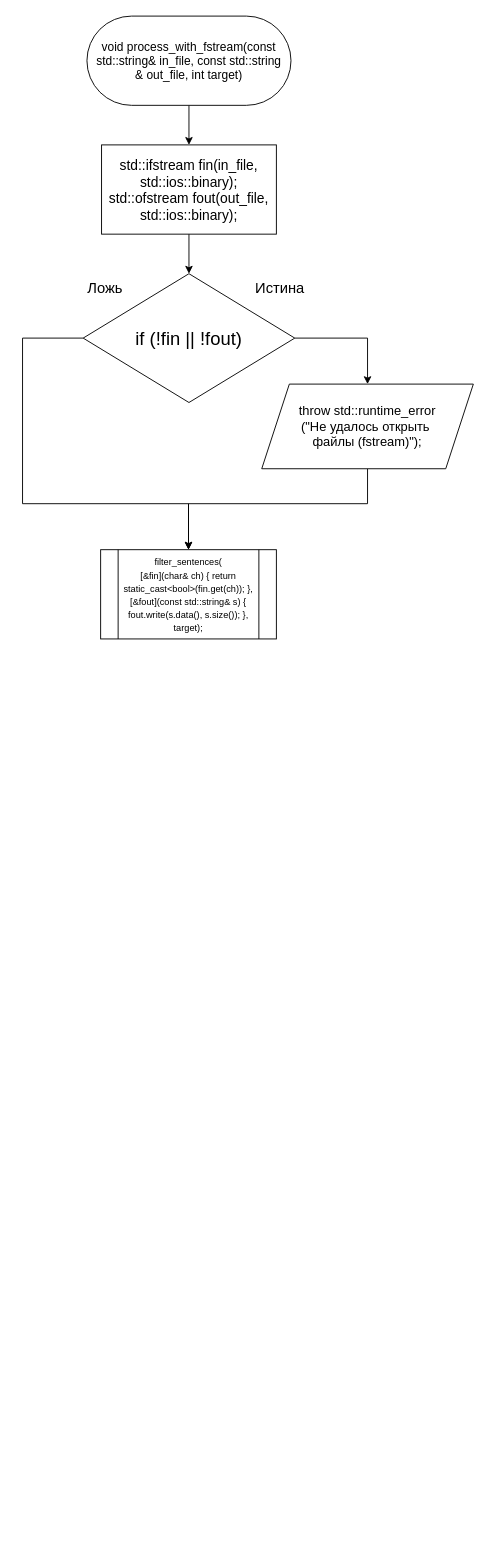
kravecila28-ops/Block-diagram_templates keeps this draw.io diagram as LAB8_process_with_fstream.drawio. Above is the earlier version. Source tidied: cells renumbered, new cells numbered last; positions are measured from the earlier drawing's top-left corner, leaving out a move shared by most shapes. Both pictures are drawn from the tidied source at 92%, with x=0, y=0 at pixel (22, 16).
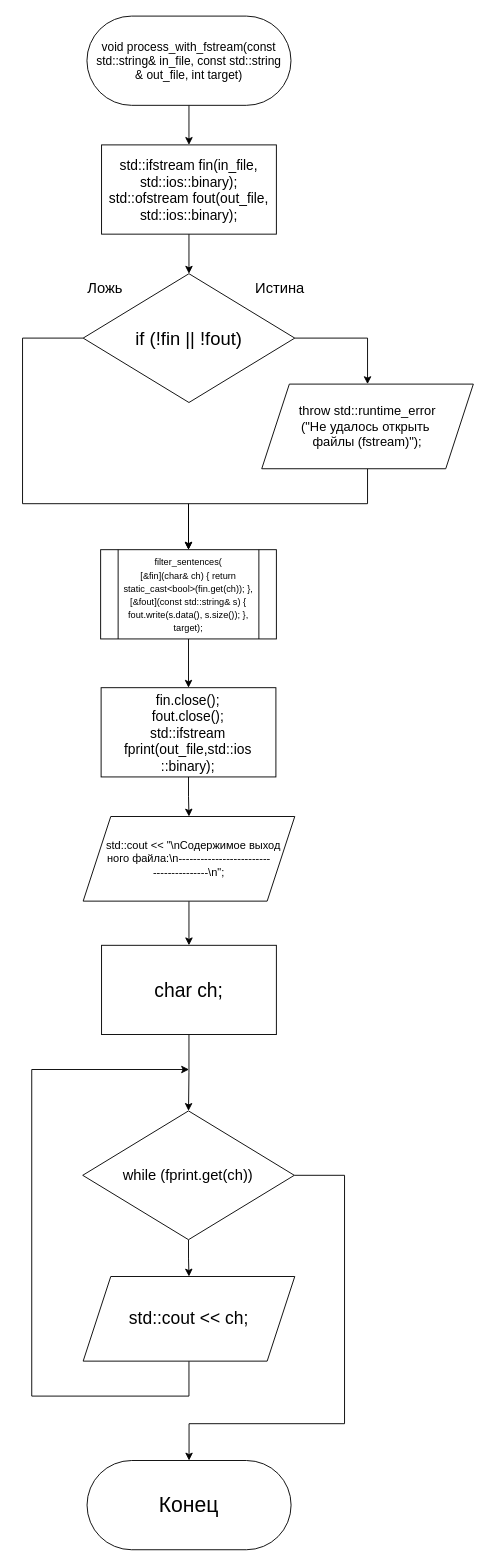
The same page after the edit.

The change refers to these unchanged cells:
```xml
<mxCell id="13" value="&lt;div&gt;&lt;font style=&quot;font-size: 10px;&quot;&gt;filter_sentences(&lt;/font&gt;&lt;/div&gt;&lt;div&gt;&lt;font style=&quot;font-size: 10px;&quot;&gt;[&amp;amp;fin](char&amp;amp; ch) { return static_cast&amp;lt;bool&amp;gt;(fin.get(ch)); },&lt;/font&gt;&lt;/div&gt;&lt;div&gt;&lt;font style=&quot;font-size: 10px;&quot;&gt;[&amp;amp;fout](const std::string&amp;amp; s) { fout.write(s.data(), s.size()); },&lt;/font&gt;&lt;/div&gt;&lt;div&gt;&lt;font style=&quot;font-size: 10px;&quot;&gt;target);&lt;/font&gt;&lt;/div&gt;" style="shape=process;whiteSpace=wrap;html=1;backgroundOutline=1;" parent="1" vertex="1">
  <mxGeometry x="84.9" y="580" width="191" height="97" as="geometry" />
</mxCell>
```

What changed in the source:
```diff
@@
+    <mxCell id="14" style="edgeStyle=orthogonalEdgeStyle;rounded=0;jettySize=auto;html=1;exitX=0.5;exitY=1;exitDx=0;exitDy=0;entryX=0.5;entryY=0;entryDx=0;entryDy=0;" parent="1" edge="1" source="13" target="16">
+      <mxGeometry relative="1" as="geometry" />
+    </mxCell>
@@
+    <mxCell id="15" style="edgeStyle=orthogonalEdgeStyle;rounded=0;jettySize=auto;html=1;exitX=0.5;exitY=1;exitDx=0;exitDy=0;entryX=0.5;entryY=0;entryDx=0;entryDy=0;" parent="1" edge="1" source="16" target="18">
+      <mxGeometry relative="1" as="geometry" />
+    </mxCell>
+    <mxCell id="16" value="&lt;div&gt;&lt;font style=&quot;font-size: 15px;&quot;&gt;fin.close();&lt;/font&gt;&lt;/div&gt;&lt;div&gt;&lt;font style=&quot;font-size: 15px;&quot;&gt;fout.close();&lt;/font&gt;&lt;/div&gt;&lt;div&gt;&lt;font style=&quot;font-size: 15px;&quot;&gt;std::ifstream fprint(out_file,std::ios&lt;/font&gt;&lt;/div&gt;&lt;div&gt;&lt;font style=&quot;font-size: 15px;&quot;&gt;::binary);&lt;/font&gt;&lt;/div&gt;" style="rounded=0;whiteSpace=wrap;html=1;labelBackgroundColor=none;" parent="1" vertex="1">
+      <mxGeometry x="85.4" y="730" width="190" height="97" as="geometry" />
+    </mxCell>
+    <mxCell id="17" style="edgeStyle=orthogonalEdgeStyle;rounded=0;jettySize=auto;html=1;exitX=0.5;exitY=1;exitDx=0;exitDy=0;entryX=0.5;entryY=0;entryDx=0;entryDy=0;" parent="1" edge="1" source="18" target="20">
+      <mxGeometry relative="1" as="geometry" />
+    </mxCell>
+    <mxCell id="18" value="&amp;nbsp; &amp;nbsp;std::cout &amp;lt;&amp;lt; &quot;\nСодержимое выход&lt;div&gt;ного файла:\n-------------------------&lt;/div&gt;&lt;div&gt;---------------\n&quot;;&lt;/div&gt;" style="shape=parallelogram;perimeter=parallelogramPerimeter;whiteSpace=wrap;html=1;fixedSize=1;labelBackgroundColor=none;size=30;" parent="1" vertex="1">
+      <mxGeometry x="65.9" y="870" width="230" height="92" as="geometry" />
+    </mxCell>
+    <mxCell id="19" style="edgeStyle=orthogonalEdgeStyle;rounded=0;jettySize=auto;html=1;exitX=0.5;exitY=1;exitDx=0;exitDy=0;entryX=0.5;entryY=0;entryDx=0;entryDy=0;" parent="1" edge="1" source="20" target="23">
+      <mxGeometry relative="1" as="geometry" />
+    </mxCell>
+    <mxCell id="20" value="&lt;font style=&quot;font-size: 21px;&quot;&gt;char ch;&lt;/font&gt;" style="rounded=0;whiteSpace=wrap;html=1;labelBackgroundColor=none;" parent="1" vertex="1">
+      <mxGeometry x="85.9" y="1010" width="190" height="97" as="geometry" />
+    </mxCell>
+    <mxCell id="21" style="edgeStyle=orthogonalEdgeStyle;rounded=0;jettySize=auto;html=1;exitX=0.5;exitY=1;exitDx=0;exitDy=0;entryX=0.5;entryY=0;entryDx=0;entryDy=0;" parent="1" edge="1" source="23" target="25">
+      <mxGeometry relative="1" as="geometry" />
+    </mxCell>
+    <mxCell id="22" style="edgeStyle=orthogonalEdgeStyle;rounded=0;jettySize=auto;html=1;exitX=1;exitY=0.5;exitDx=0;exitDy=0;entryX=0.5;entryY=0;entryDx=0;entryDy=0;" parent="1" edge="1" source="23" target="26">
+      <mxGeometry relative="1" as="geometry">
+        <Array as="points">
+          <mxPoint x="350" y="1260" />
+          <mxPoint x="350" y="1530" />
+          <mxPoint x="181" y="1530" />
+        </Array>
+      </mxGeometry>
+    </mxCell>
+    <mxCell id="23" value="&lt;span style=&quot;font-size: 16px;&quot;&gt;while (fprint.get(ch))&lt;/span&gt;" style="rhombus;whiteSpace=wrap;html=1;labelBackgroundColor=none;" parent="1" vertex="1">
+      <mxGeometry x="65.4" y="1190" width="230" height="140" as="geometry" />
+    </mxCell>
+    <mxCell id="24" style="edgeStyle=orthogonalEdgeStyle;rounded=0;jettySize=auto;html=1;exitX=0.5;exitY=1;exitDx=0;exitDy=0;entryX=0;entryY=0.5;entryDx=0;entryDy=0;" parent="1" edge="1" source="25">
+      <mxGeometry relative="1" as="geometry">
+        <mxPoint x="181" y="1145" as="targetPoint" />
+        <Array as="points">
+          <mxPoint x="181" y="1500" />
+          <mxPoint x="10" y="1500" />
+          <mxPoint x="10" y="1145" />
+        </Array>
+      </mxGeometry>
+    </mxCell>
+    <mxCell id="25" value="&lt;font style=&quot;font-size: 19px;&quot;&gt;std::cout &amp;lt;&amp;lt; ch;&lt;/font&gt;" style="shape=parallelogram;perimeter=parallelogramPerimeter;whiteSpace=wrap;html=1;fixedSize=1;labelBackgroundColor=none;size=30;" parent="1" vertex="1">
+      <mxGeometry x="65.9" y="1370" width="230" height="92" as="geometry" />
+    </mxCell>
+    <mxCell id="26" value="&lt;font style=&quot;font-size: 23px;&quot;&gt;Конец&lt;/font&gt;" style="rounded=1;whiteSpace=wrap;html=1;arcSize=50;labelBackgroundColor=none;" parent="1" vertex="1">
+      <mxGeometry x="70.1" y="1570" width="221.8" height="97" as="geometry" />
+    </mxCell>
```
